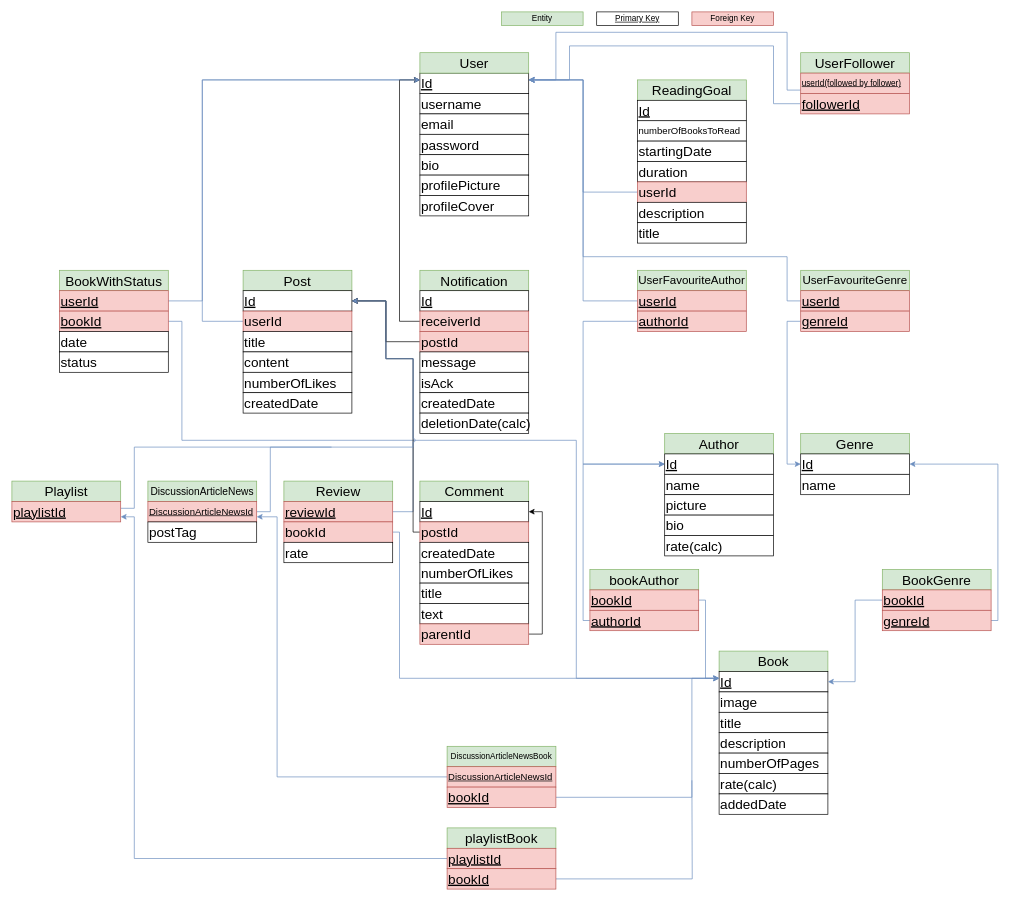
This is page "mapping digaram" (2 of 2) of diagrams.drawio from Yaqra/YaqraApi, a draw.io file, before an edit. Source tidied: cells renumbered, new cells numbered last; positions are measured from the earlier drawing's top-left corner, leaving out a move shared by most shapes. Both pictures are drawn from the tidied source at 68%, with x=0, y=0 at pixel (12, 12).
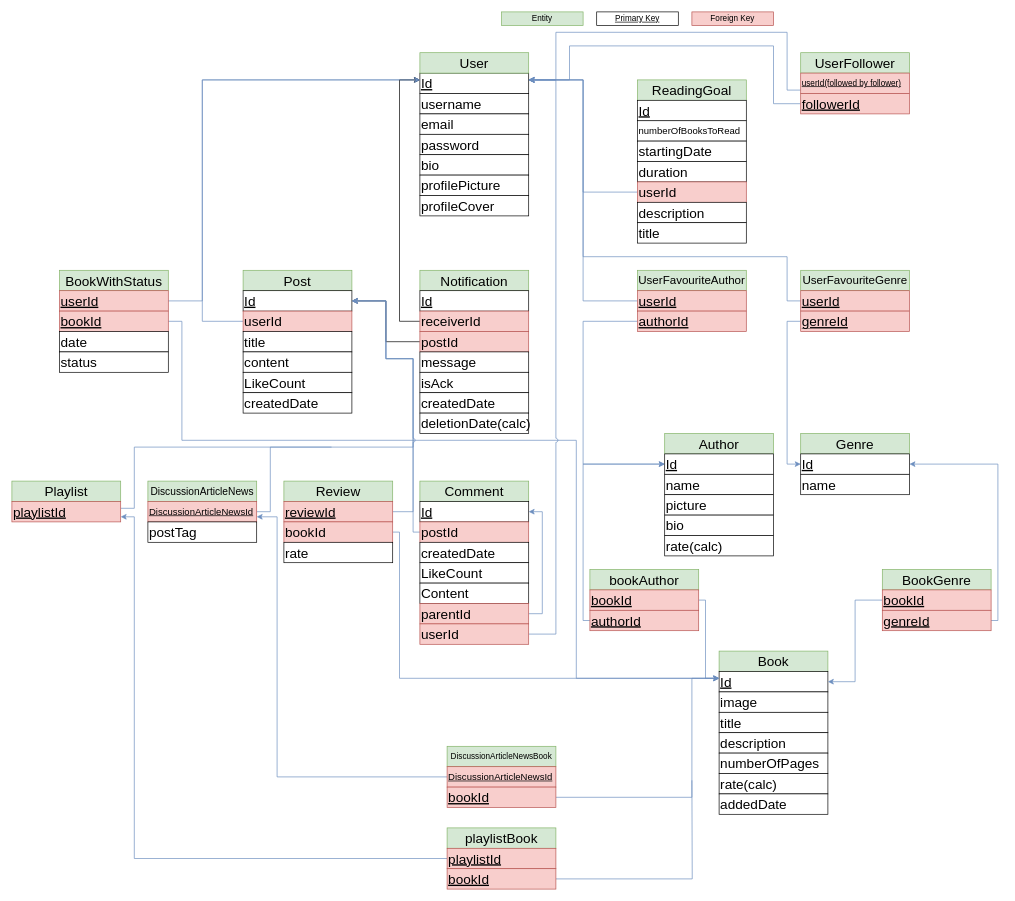
Above is the later version.

The change refers to these unchanged cells:
```xml
<mxCell id="2" value="&lt;font style=&quot;font-size: 20px;&quot;&gt;&lt;u&gt;Id&lt;/u&gt;&lt;/font&gt;" style="rounded=0;whiteSpace=wrap;html=1;align=left;" parent="1" vertex="1">
  <mxGeometry x="600" y="90" width="160" height="30" as="geometry" />
</mxCell>
<mxCell id="22" value="&lt;font style=&quot;font-size: 20px;&quot;&gt;&lt;u&gt;Id&lt;/u&gt;&lt;/font&gt;" style="rounded=0;whiteSpace=wrap;html=1;align=left;" parent="1" vertex="1">
  <mxGeometry x="340" y="410" width="160" height="30" as="geometry" />
</mxCell>
<mxCell id="88" value="&lt;font style=&quot;font-size: 20px;&quot;&gt;&lt;u&gt;Id&lt;/u&gt;&lt;/font&gt;" style="rounded=0;whiteSpace=wrap;html=1;align=left;" parent="1" vertex="1">
  <mxGeometry x="600" y="720" width="160" height="30" as="geometry" />
</mxCell>
<mxCell id="90" value="&lt;span style=&quot;font-size: 20px;&quot;&gt;postId&lt;/span&gt;" style="rounded=0;whiteSpace=wrap;html=1;align=left;fillColor=#f8cecc;strokeColor=#b85450;" parent="1" vertex="1">
  <mxGeometry x="600" y="750" width="160" height="30" as="geometry" />
</mxCell>
```

Change to the diagram source:
```diff
@@
-    <mxCell id="27" value="&lt;font style=&quot;font-size: 20px;&quot;&gt;numberOfLikes&lt;/font&gt;" style="rounded=0;whiteSpace=wrap;html=1;align=left;" parent="1" vertex="1">
+    <mxCell id="27" value="&lt;font style=&quot;font-size: 20px;&quot;&gt;LikeCount&lt;/font&gt;" style="rounded=0;whiteSpace=wrap;html=1;align=left;" parent="1" vertex="1">
       <mxGeometry x="340" y="530" width="160" height="30" as="geometry" />
     </mxCell>
@@
-    <mxCell id="89" style="edgeStyle=orthogonalEdgeStyle;rounded=0;jettySize=auto;html=1;entryX=1;entryY=0.5;entryDx=0;entryDy=0;" parent="1" edge="1" source="90" target="22">
+    <mxCell id="89" style="edgeStyle=orthogonalEdgeStyle;rounded=0;jettySize=auto;html=1;entryX=1;entryY=0.5;entryDx=0;entryDy=0;fillColor=#dae8fc;strokeColor=#6c8ebf;" parent="1" edge="1" source="90" target="22">
       <mxGeometry relative="1" as="geometry">
         <Array as="points">
           <mxPoint x="590" y="765" />
           <mxPoint x="590" y="510" />
           <mxPoint x="550" y="510" />
           <mxPoint x="550" y="425" />
         </Array>
       </mxGeometry>
     </mxCell>
@@
-    <mxCell id="92" value="&lt;span style=&quot;font-size: 20px;&quot;&gt;numberOfLikes&lt;/span&gt;" style="rounded=0;whiteSpace=wrap;html=1;align=left;fontStyle=0;" parent="1" vertex="1">
+    <mxCell id="92" value="&lt;span style=&quot;font-size: 20px;&quot;&gt;LikeCount&lt;/span&gt;" style="rounded=0;whiteSpace=wrap;html=1;align=left;fontStyle=0;" parent="1" vertex="1">
       <mxGeometry x="600" y="810" width="160" height="30" as="geometry" />
     </mxCell>
@@
-    <mxCell id="115" value="&lt;span style=&quot;font-size: 20px;&quot;&gt;title&lt;/span&gt;" style="rounded=0;whiteSpace=wrap;html=1;align=left;fontStyle=0;" parent="1" vertex="1">
-      <mxGeometry x="600" y="840" width="160" height="30" as="geometry" />
-    </mxCell>
-    <mxCell id="116" value="&lt;span style=&quot;font-size: 20px;&quot;&gt;text&lt;/span&gt;" style="rounded=0;whiteSpace=wrap;html=1;align=left;fontStyle=0;" parent="1" vertex="1">
-      <mxGeometry x="600" y="870" width="160" height="30" as="geometry" />
+    <mxCell id="116" value="&lt;span style=&quot;font-size: 20px;&quot;&gt;Content&lt;/span&gt;" style="rounded=0;whiteSpace=wrap;html=1;align=left;fontStyle=0;" parent="1" vertex="1">
+      <mxGeometry x="600" y="840" width="160" height="30" as="geometry" />
     </mxCell>
-    <mxCell id="117" style="edgeStyle=orthogonalEdgeStyle;rounded=0;jettySize=auto;html=1;entryX=1;entryY=0.5;entryDx=0;entryDy=0;" parent="1" edge="1" source="118" target="88">
+    <mxCell id="117" style="edgeStyle=orthogonalEdgeStyle;rounded=0;jettySize=auto;html=1;entryX=1;entryY=0.5;entryDx=0;entryDy=0;fillColor=#dae8fc;strokeColor=#6c8ebf;" parent="1" edge="1" source="118" target="88">
       <mxGeometry relative="1" as="geometry">
         <Array as="points">
-          <mxPoint x="780" y="915" />
+          <mxPoint x="780" y="885" />
           <mxPoint x="780" y="735" />
         </Array>
       </mxGeometry>
     </mxCell>
     <mxCell id="118" value="&lt;span style=&quot;font-size: 20px;&quot;&gt;parentId&lt;/span&gt;" style="rounded=0;whiteSpace=wrap;html=1;align=left;fontStyle=0;fillColor=#f8cecc;strokeColor=#b85450;" parent="1" vertex="1">
-      <mxGeometry x="600" y="900" width="160" height="30" as="geometry" />
+      <mxGeometry x="600" y="870" width="160" height="30" as="geometry" />
     </mxCell>
@@
+    <mxCell id="122" style="edgeStyle=orthogonalEdgeStyle;rounded=0;jettySize=auto;html=1;entryX=0.998;entryY=0.341;entryDx=0;entryDy=0;entryPerimeter=0;jumpStyle=arc;fillColor=#dae8fc;strokeColor=#6c8ebf;" parent="1" edge="1" source="123" target="2">
+      <mxGeometry relative="1" as="geometry">
+        <Array as="points">
+          <mxPoint x="800" y="915" />
+          <mxPoint x="800" y="100" />
+        </Array>
+      </mxGeometry>
+    </mxCell>
+    <mxCell id="123" value="&lt;span style=&quot;font-size: 20px;&quot;&gt;userId&lt;/span&gt;" style="rounded=0;whiteSpace=wrap;html=1;align=left;fontStyle=0;fillColor=#f8cecc;strokeColor=#b85450;" parent="1" vertex="1">
+      <mxGeometry x="600" y="900" width="160" height="30" as="geometry" />
+    </mxCell>
```
